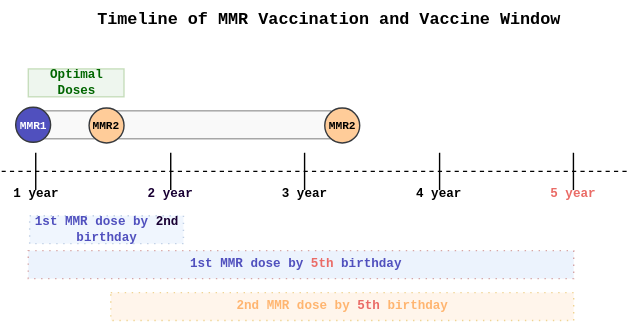
Before: 4. output/mmr timeline.svg, a diagram exported from draw.io (jubo-git/Project). Source tidied: cells renumbered, new cells last; positions are measured from the earlier drawing's top-left corner, leaving out a move shared by most shapes.
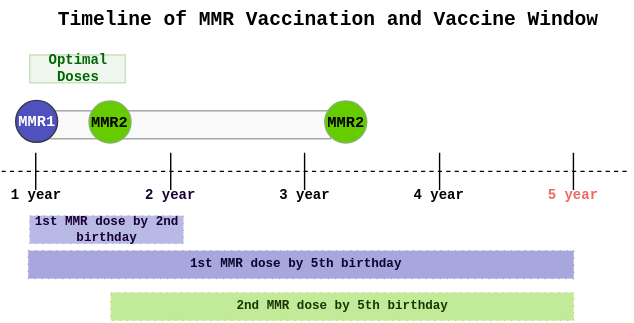
Above is the later version.

Diff of the diagram source:
```diff
@@ -5,31 +5,31 @@
     <mxCell id="2" style="rounded=0;whiteSpace=wrap;html=1;fontSize=9;fillColor=#f5f5f5;strokeColor=#666666;fontColor=#333333;opacity=60;fontFamily=Courier New;fontStyle=1;" parent="1" vertex="1">
       <mxGeometry x="19" y="80" width="216.4" height="20" as="geometry" />
     </mxCell>
-    <mxCell id="3" value="Optimal Doses" style="rounded=0;whiteSpace=wrap;html=1;fillColor=#d5e8d4;strokeColor=#82b366;fontSize=9;opacity=40;fontColor=#006600;fontFamily=Courier New;fontStyle=1;" parent="1" vertex="1">
-      <mxGeometry x="19" y="50" width="68.5" height="20" as="geometry" />
+    <mxCell id="3" value="Optimal Doses" style="rounded=0;whiteSpace=wrap;html=1;fillColor=#d5e8d4;strokeColor=#82b366;fontSize=10;opacity=40;fontColor=#006600;fontFamily=Courier New;fontStyle=1;" parent="1" vertex="1">
+      <mxGeometry x="20" y="40" width="68.5" height="20" as="geometry" />
     </mxCell>
-    <mxCell id="4" value="1st MMR dose by &lt;span style=&quot;color: rgb(25, 0, 51);&quot;&gt;2nd&lt;/span&gt;&lt;span style=&quot;color: rgb(255, 217, 102);&quot;&gt; &lt;/span&gt;birthday" style="rounded=0;whiteSpace=wrap;html=1;fillColor=#dae8fc;strokeColor=#6c8ebf;dashed=1;dashPattern=1 4;opacity=40;fontSize=9;fontColor=light-dark(#5050be, #cdcdff);fontFamily=Courier New;fontStyle=1;" parent="1" vertex="1">
+    <mxCell id="4" value="1st MMR dose by &lt;span style=&quot;&quot;&gt;2nd&lt;/span&gt;&lt;span style=&quot;&quot;&gt; &lt;/span&gt;birthday" style="rounded=0;whiteSpace=wrap;html=1;fillColor=#5050BE;strokeColor=#6c8ebf;dashed=1;dashPattern=1 4;opacity=40;fontSize=9;fontColor=light-dark(#190033,#CDCDFF);fontFamily=Courier New;fontStyle=1;" parent="1" vertex="1">
       <mxGeometry x="20" y="155" width="110" height="20" as="geometry" />
     </mxCell>
-    <mxCell id="5" value="MMR1" style="ellipse;whiteSpace=wrap;html=1;shapeInside=1;fillColor=#5050BE;strokeColor=#36393d;fontSize=8;fontFamily=Courier New;fontStyle=1;fontColor=#FFFFFF;" parent="1" vertex="1">
-      <mxGeometry x="10" y="77.5" width="25" height="25" as="geometry" />
+    <mxCell id="5" value="MMR1" style="ellipse;whiteSpace=wrap;html=1;shapeInside=1;fillColor=#5050BE;strokeColor=#36393d;fontSize=11;fontFamily=Courier New;fontStyle=1;fontColor=#FFFFFF;" parent="1" vertex="1">
+      <mxGeometry x="10" y="72.5" width="30" height="30" as="geometry" />
     </mxCell>
-    <mxCell id="6" value="MMR2" style="ellipse;whiteSpace=wrap;html=1;shapeInside=1;fillColor=#ffcc99;strokeColor=#36393d;fontSize=8;fontFamily=Courier New;verticalAlign=middle;fontStyle=1;" parent="1" vertex="1">
-      <mxGeometry x="62.5" y="78" width="25" height="25" as="geometry" />
+    <mxCell id="6" value="MMR2" style="ellipse;whiteSpace=wrap;html=1;shapeInside=1;fillColor=#66CC00;strokeColor=#82b366;fontSize=11;fontFamily=Courier New;verticalAlign=middle;fontStyle=1;" parent="1" vertex="1">
+      <mxGeometry x="62.5" y="73" width="30" height="30" as="geometry" />
     </mxCell>
-    <mxCell id="7" value="MMR2" style="ellipse;whiteSpace=wrap;html=1;shapeInside=1;fillColor=#ffcc99;strokeColor=#36393d;fontSize=8;fontFamily=Courier New;fontStyle=1;" parent="1" vertex="1">
-      <mxGeometry x="231.1" y="78" width="25" height="25" as="geometry" />
+    <mxCell id="7" value="MMR2" style="ellipse;whiteSpace=wrap;html=1;shapeInside=1;fillColor=light-dark(#66CC00,#1F2F1E);strokeColor=#82b366;fontSize=11;fontFamily=Courier New;fontStyle=1;" parent="1" vertex="1">
+      <mxGeometry x="231.1" y="73" width="30" height="30" as="geometry" />
     </mxCell>
-    <mxCell id="8" value="&lt;font&gt;2nd MMR dose by &lt;span style=&quot;color: rgb(234, 107, 102);&quot;&gt;5th&lt;/span&gt; birthday&lt;/font&gt;" style="rounded=0;whiteSpace=wrap;html=1;fillColor=#ffe6cc;strokeColor=#d79b00;dashed=1;dashPattern=1 4;opacity=40;fontColor=#FFB570;fontSize=9;fontFamily=Courier New;fontStyle=1;" parent="1" vertex="1">
+    <mxCell id="8" value="&lt;font&gt;2nd MMR dose by &lt;span style=&quot;&quot;&gt;5th&lt;/span&gt; birthday&lt;/font&gt;" style="rounded=0;whiteSpace=wrap;html=1;fillColor=#66CC00;strokeColor=#d79b00;dashed=1;dashPattern=1 4;opacity=40;fontColor=light-dark(#1a3404, #7e3f03);fontSize=9;fontFamily=Courier New;fontStyle=1;" parent="1" vertex="1">
       <mxGeometry x="78" y="210" width="331.1" height="20" as="geometry" />
     </mxCell>
-    <mxCell id="9" value="&lt;font style=&quot;&quot;&gt;1st MMR dose by &lt;span style=&quot;color: rgb(234, 107, 102);&quot;&gt;5th &lt;/span&gt;birthday&amp;nbsp;&lt;/font&gt;" style="rounded=0;whiteSpace=wrap;html=1;fillColor=#DAE8FC;strokeColor=#b85450;dashed=1;dashPattern=1 4;opacity=50;fontSize=9;fontFamily=Courier New;fontStyle=1;fontColor=#5050BE;" parent="1" vertex="1">
+    <mxCell id="9" value="&lt;font style=&quot;&quot;&gt;1st MMR dose by &lt;span style=&quot;&quot;&gt;5th &lt;/span&gt;birthday&amp;nbsp;&lt;/font&gt;" style="rounded=0;whiteSpace=wrap;html=1;fillColor=light-dark(#5050BE,#392F3F);strokeColor=#9673a6;dashed=1;dashPattern=1 4;opacity=50;fontSize=9;fontFamily=Courier New;fontStyle=1;fontColor=light-dark(#0b042f, #ededed);" parent="1" vertex="1">
       <mxGeometry x="19" y="180" width="390.1" height="20" as="geometry" />
     </mxCell>
-    <mxCell id="10" style="group;fontSize=9;fontFamily=Courier New;fontStyle=1;" parent="1" vertex="1">
+    <mxCell id="10" style="group;fontSize=10;fontFamily=Courier New;fontStyle=1;" parent="1" vertex="1">
       <mxGeometry y="110" width="450" height="40" as="geometry" />
     </mxCell>
-    <mxCell id="11" style="endArrow=none;dashed=1;html=1;rounded=0;fontSize=9;startSize=8;endSize=8;curved=1;fontFamily=Courier New;fontStyle=1;" parent="10" edge="1">
+    <mxCell id="11" style="endArrow=none;dashed=1;html=1;rounded=0;fontSize=10;startSize=8;endSize=8;curved=1;fontFamily=Courier New;fontStyle=1;" parent="10" edge="1">
       <mxGeometry relative="1" as="geometry">
         <mxPoint y="13.3" as="sourcePoint" />
         <mxPoint x="450" y="13.3" as="targetPoint" />
@@ -44,7 +44,7 @@
         <mxPoint x="24.3" as="targetPoint" />
       </mxGeometry>
     </mxCell>
-    <mxCell id="14" value="1 year" style="text;html=1;whiteSpace=wrap;strokeColor=none;fillColor=none;align=center;verticalAlign=middle;rounded=0;fontSize=9;fontFamily=Courier New;fontStyle=1;" parent="12" vertex="1">
+    <mxCell id="14" value="1 year" style="text;html=1;whiteSpace=wrap;strokeColor=none;fillColor=none;align=center;verticalAlign=middle;rounded=0;fontSize=10;fontFamily=Courier New;fontStyle=1;" parent="12" vertex="1">
       <mxGeometry y="20" width="49.1" height="20" as="geometry" />
     </mxCell>
     <mxCell id="15" style="group;fontSize=9;fontFamily=Courier New;fontStyle=1;" parent="10" vertex="1">
@@ -56,7 +56,7 @@
         <mxPoint x="24.3" as="targetPoint" />
       </mxGeometry>
     </mxCell>
-    <mxCell id="17" value="&lt;span style=&quot;color: rgb(25, 0, 51);&quot;&gt;2 year&lt;/span&gt;" style="text;html=1;whiteSpace=wrap;strokeColor=none;fillColor=none;align=center;verticalAlign=middle;rounded=0;fontSize=9;fontFamily=Courier New;fontStyle=1;" parent="15" vertex="1">
+    <mxCell id="17" value="&lt;span style=&quot;color: rgb(25, 0, 51);&quot;&gt;2 year&lt;/span&gt;" style="text;html=1;whiteSpace=wrap;strokeColor=none;fillColor=none;align=center;verticalAlign=middle;rounded=0;fontSize=10;fontFamily=Courier New;fontStyle=1;" parent="15" vertex="1">
       <mxGeometry y="20" width="49.1" height="20" as="geometry" />
     </mxCell>
     <mxCell id="18" style="group;fontSize=9;fontFamily=Courier New;fontStyle=1;" parent="10" vertex="1">
@@ -68,7 +68,7 @@
         <mxPoint x="24.3" as="targetPoint" />
       </mxGeometry>
     </mxCell>
-    <mxCell id="20" value="&lt;span style=&quot;color: rgb(234, 107, 102);&quot;&gt;5 year&lt;/span&gt;" style="text;html=1;whiteSpace=wrap;strokeColor=none;fillColor=none;align=center;verticalAlign=middle;rounded=0;fontSize=9;fontFamily=Courier New;fontStyle=1;" parent="18" vertex="1">
+    <mxCell id="20" value="&lt;span style=&quot;color: rgb(234, 107, 102);&quot;&gt;5 year&lt;/span&gt;" style="text;html=1;whiteSpace=wrap;strokeColor=none;fillColor=none;align=center;verticalAlign=middle;rounded=0;fontSize=10;fontFamily=Courier New;fontStyle=1;" parent="18" vertex="1">
       <mxGeometry y="20" width="49.1" height="20" as="geometry" />
     </mxCell>
     <mxCell id="21" style="group;fontSize=9;fontFamily=Courier New;fontStyle=1;" parent="10" vertex="1">
@@ -80,7 +80,7 @@
         <mxPoint x="24.3" as="targetPoint" />
       </mxGeometry>
     </mxCell>
-    <mxCell id="23" value="4 year" style="text;html=1;whiteSpace=wrap;strokeColor=none;fillColor=none;align=center;verticalAlign=middle;rounded=0;fontSize=9;fontFamily=Courier New;fontStyle=1;" parent="21" vertex="1">
+    <mxCell id="23" value="4 year" style="text;html=1;whiteSpace=wrap;strokeColor=none;fillColor=none;align=center;verticalAlign=middle;rounded=0;fontSize=10;fontFamily=Courier New;fontStyle=1;" parent="21" vertex="1">
       <mxGeometry y="20" width="49.1" height="20" as="geometry" />
     </mxCell>
     <mxCell id="24" style="endArrow=none;html=1;rounded=0;fontSize=9;startSize=8;endSize=8;curved=1;fontFamily=Courier New;fontStyle=1;" parent="10" edge="1">
@@ -89,10 +89,10 @@
         <mxPoint x="216.6" as="targetPoint" />
       </mxGeometry>
     </mxCell>
-    <mxCell id="25" value="3 year" style="text;html=1;whiteSpace=wrap;strokeColor=none;fillColor=none;align=center;verticalAlign=middle;rounded=0;fontSize=9;fontFamily=Courier New;fontStyle=1;" parent="10" vertex="1">
+    <mxCell id="25" value="3 year" style="text;html=1;whiteSpace=wrap;strokeColor=none;fillColor=none;align=center;verticalAlign=middle;rounded=0;fontSize=10;fontFamily=Courier New;fontStyle=1;" parent="10" vertex="1">
       <mxGeometry x="192.3" y="20" width="49.1" height="20" as="geometry" />
     </mxCell>
-    <mxCell id="26" value="Timeline of MMR Vaccination and Vaccine Window&amp;nbsp;" style="text;html=1;whiteSpace=wrap;strokeColor=none;fillColor=none;align=center;verticalAlign=middle;rounded=0;fontSize=12;fontStyle=1;fontFamily=Courier New;" parent="1" vertex="1">
+    <mxCell id="26" value="Timeline of MMR Vaccination and Vaccine Window&amp;nbsp;" style="text;html=1;whiteSpace=wrap;strokeColor=none;fillColor=none;align=center;verticalAlign=middle;rounded=0;fontSize=14;fontStyle=1;fontFamily=Courier New;" parent="1" vertex="1">
       <mxGeometry x="35" width="405" height="30" as="geometry" />
     </mxCell>
   </root>
```
